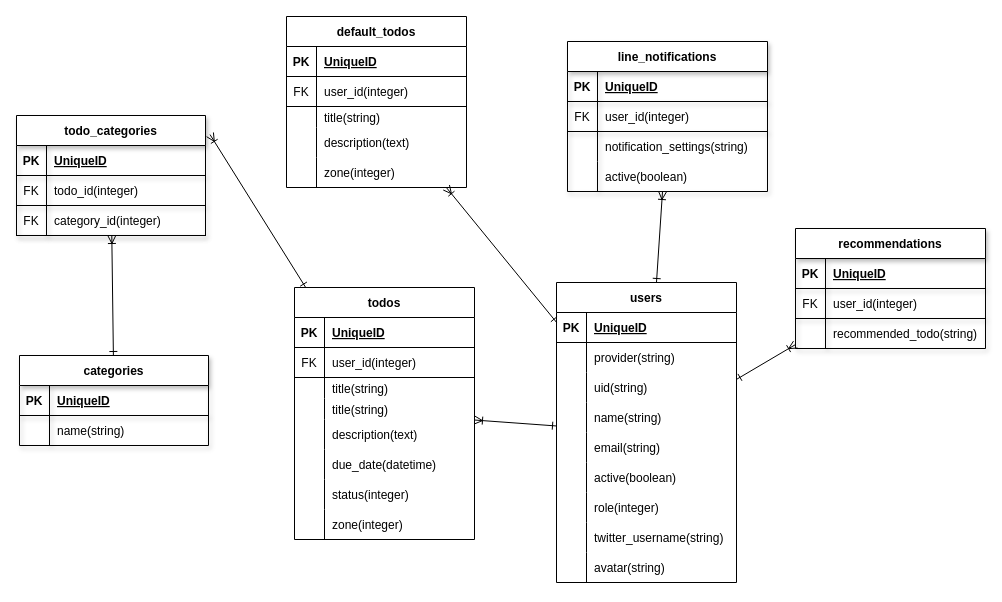
Earlier version of the draw.io diagram assets/erDiagram.dio (mikurikuri11/Taskzen). Source tidied: cells renumbered, new cells numbered last; positions are measured from the earlier drawing's top-left corner, leaving out a move shared by most shapes. Both pictures are drawn from the tidied source at 100%, with x=0, y=0 at pixel (16, 16).
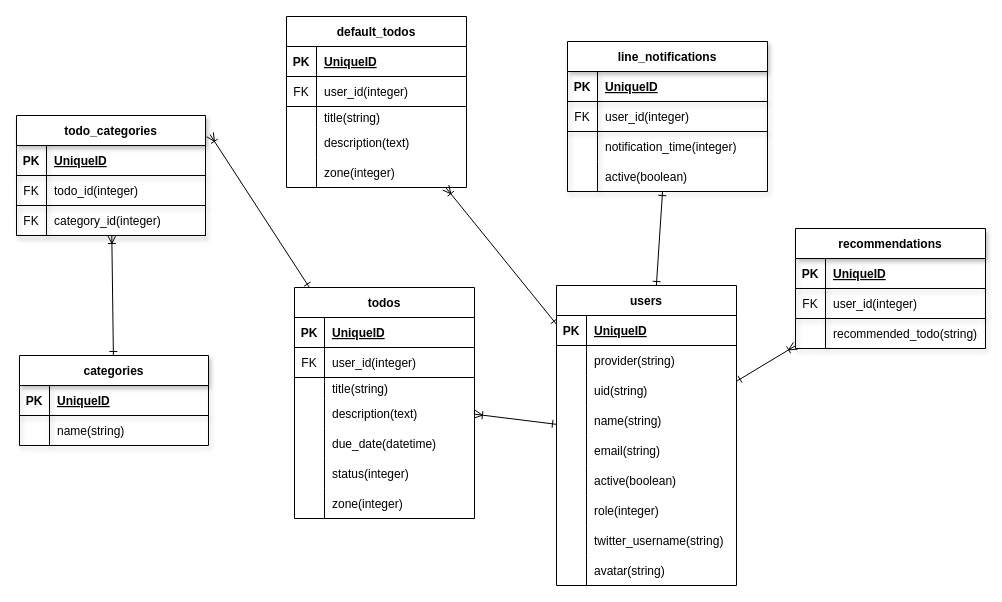
The same page after the edit.

The change refers to these unchanged cells:
```xml
<mxCell id="60" value="line_notifications" style="shape=table;startSize=30;childLayout=tableLayout;rowLines=0;fontStyle=1;align=center;shadow=1;labelBorderColor=none;" parent="1" vertex="1">
  <mxGeometry x="551" y="25" width="200" height="150" as="geometry" />
</mxCell>
<mxCell id="67" style="shape=tableRow;horizontal=0;startSize=0;swimlaneHead=0;swimlaneBody=0;fillColor=none;top=0;left=0;right=0;bottom=0;shadow=1;labelBorderColor=none;" parent="60" vertex="1">
  <mxGeometry y="90" width="200" height="30" as="geometry" />
</mxCell>
```

Change to the diagram source:
```diff
@@
-    <mxCell id="4" style="edgeStyle=none;html=1;startArrow=ERone;startFill=0;endArrow=ERoneToMany;endFill=0;" parent="1" edge="1" source="6" target="60">
+    <mxCell id="4" style="edgeStyle=none;html=1;startArrow=ERone;startFill=0;endArrow=ERone;endFill=0;" parent="1" edge="1" source="6" target="60">
       <mxGeometry relative="1" as="geometry" />
     </mxCell>
@@
     <mxCell id="6" value="users" style="shape=table;startSize=30;childLayout=tableLayout;rowLines=0;fontStyle=1;align=center;" parent="1" vertex="1">
-      <mxGeometry x="540" y="266" width="180" height="300" as="geometry" />
+      <mxGeometry x="540" y="269" width="180" height="300" as="geometry" />
     </mxCell>
@@
     <mxCell id="35" value="todos" style="shape=table;startSize=30;childLayout=tableLayout;rowLines=0;fontStyle=1;align=center;" parent="1" vertex="1">
-      <mxGeometry x="278" y="271" width="180" height="252" as="geometry" />
+      <mxGeometry x="278" y="271" width="180" height="231" as="geometry" />
     </mxCell>
@@
-    <mxCell id="45" style="shape=tableRow;horizontal=0;startSize=0;swimlaneHead=0;swimlaneBody=0;fillColor=none;top=0;left=0;right=0;bottom=0;" parent="35" vertex="1">
-      <mxGeometry y="111" width="180" height="21" as="geometry" />
-    </mxCell>
-    <mxCell id="46" style="shape=partialRectangle;fillColor=none;top=0;left=0;bottom=0;right=0;overflow=hidden;" parent="45" vertex="1">
-      <mxGeometry width="30" height="21" as="geometry" />
-    </mxCell>
-    <mxCell id="47" value="title(string)" style="shape=partialRectangle;fillColor=none;top=0;left=0;bottom=0;right=0;align=left;spacingLeft=6;overflow=hidden;" parent="45" vertex="1">
-      <mxGeometry x="30" width="150" height="21" as="geometry" />
-    </mxCell>
     <mxCell id="48" style="shape=tableRow;horizontal=0;startSize=0;swimlaneHead=0;swimlaneBody=0;fillColor=none;top=0;left=0;right=0;bottom=0;" parent="35" vertex="1">
-      <mxGeometry y="132" width="180" height="30" as="geometry" />
+      <mxGeometry y="111" width="180" height="30" as="geometry" />
     </mxCell>
@@
     <mxCell id="51" style="shape=tableRow;horizontal=0;startSize=0;swimlaneHead=0;swimlaneBody=0;fillColor=none;top=0;left=0;right=0;bottom=0;" parent="35" vertex="1">
-      <mxGeometry y="162" width="180" height="30" as="geometry" />
+      <mxGeometry y="141" width="180" height="30" as="geometry" />
     </mxCell>
@@
     <mxCell id="54" style="shape=tableRow;horizontal=0;startSize=0;swimlaneHead=0;swimlaneBody=0;fillColor=none;top=0;left=0;right=0;bottom=0;" parent="35" vertex="1">
-      <mxGeometry y="192" width="180" height="30" as="geometry" />
+      <mxGeometry y="171" width="180" height="30" as="geometry" />
     </mxCell>
@@
     <mxCell id="57" style="shape=tableRow;horizontal=0;startSize=0;swimlaneHead=0;swimlaneBody=0;fillColor=none;top=0;left=0;right=0;bottom=0;" parent="35" vertex="1">
-      <mxGeometry y="222" width="180" height="30" as="geometry" />
+      <mxGeometry y="201" width="180" height="30" as="geometry" />
     </mxCell>
@@
-    <mxCell id="69" value="notification_settings(string)" style="shape=partialRectangle;fillColor=none;top=0;left=0;bottom=0;right=0;align=left;spacingLeft=6;overflow=hidden;shadow=1;labelBorderColor=none;" parent="67" vertex="1">
+    <mxCell id="69" value="notification_time(integer)" style="shape=partialRectangle;fillColor=none;top=0;left=0;bottom=0;right=0;align=left;spacingLeft=6;overflow=hidden;shadow=1;labelBorderColor=none;" parent="67" vertex="1">
       <mxGeometry x="30" width="170" height="30" as="geometry" />
     </mxCell>
```
